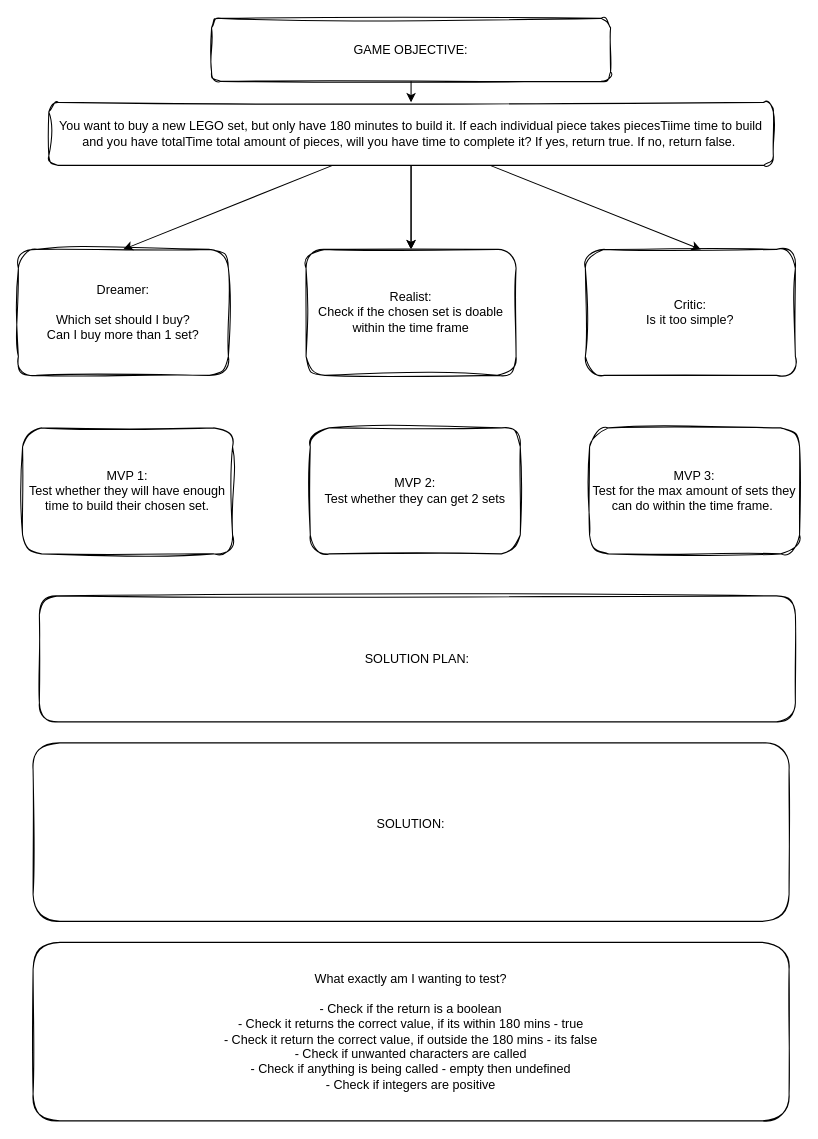
The draw.io diagram plan.drawio in SchoolOfCode/bc16-w6-hackathon-make-a-codewars-challenge-CourtRaee, before the edit. Source tidied: cells renumbered, new cells numbered last; positions are measured from the earlier drawing's top-left corner, leaving out a move shared by most shapes. Both pictures are drawn from the tidied source at 105%, with x=0, y=0 at pixel (18, 18).
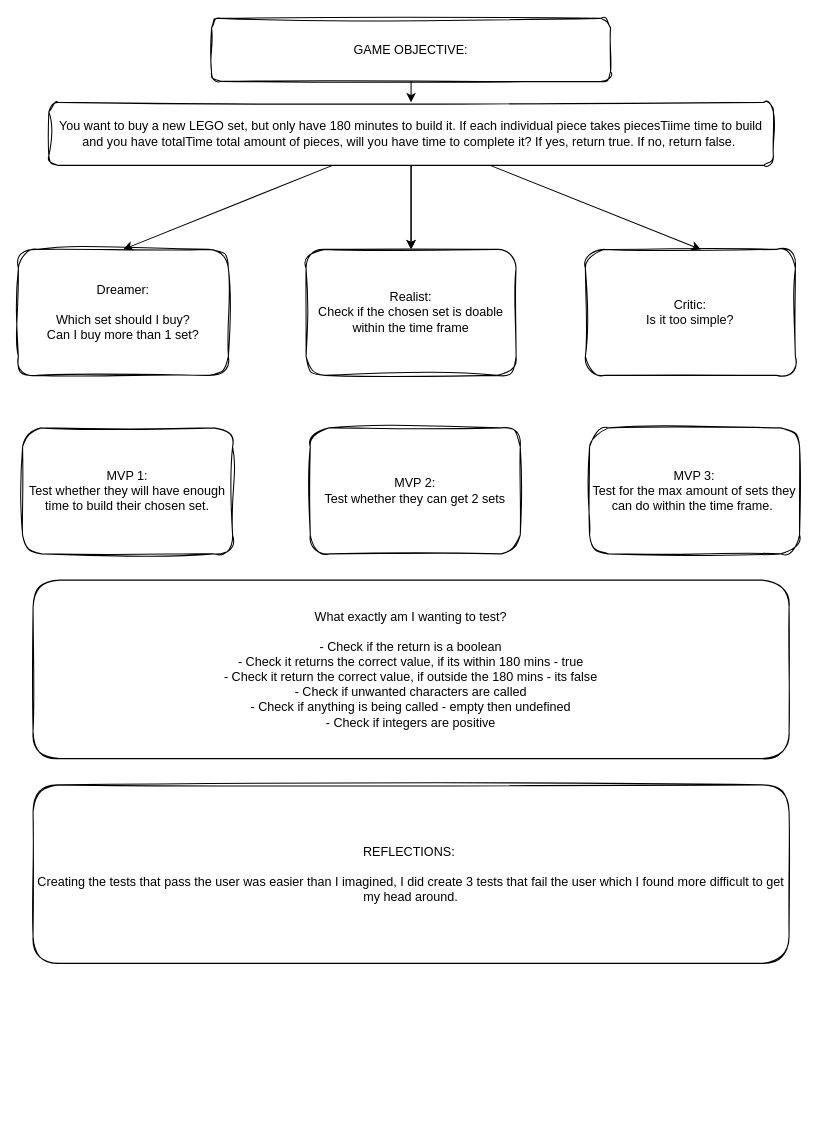
Above is the later version.

What changed in the source:
```diff
@@
 <mxGraphModel>
   <root>
     <mxCell id="0" />
     <mxCell id="1" parent="0" />
     <mxCell id="2" style="edgeStyle=none;html=1;" parent="1" edge="1" source="3" target="8">
       <mxGeometry relative="1" as="geometry" />
     </mxCell>
     <mxCell id="3" value="GAME OBJECTIVE:&lt;br&gt;" style="rounded=1;whiteSpace=wrap;html=1;sketch=1;curveFitting=1;jiggle=2;" parent="1" vertex="1">
       <mxGeometry x="184" width="380" height="60" as="geometry" />
     </mxCell>
     <mxCell id="4" style="edgeStyle=none;html=1;entryX=0.5;entryY=0;entryDx=0;entryDy=0;" parent="1" edge="1" source="8" target="9">
       <mxGeometry relative="1" as="geometry" />
     </mxCell>
     <mxCell id="5" style="edgeStyle=none;html=1;" parent="1" edge="1" source="8" target="10">
       <mxGeometry relative="1" as="geometry" />
     </mxCell>
     <mxCell id="6" style="edgeStyle=none;html=1;" parent="1" edge="1" source="8" target="10">
       <mxGeometry relative="1" as="geometry" />
     </mxCell>
     <mxCell id="7" style="edgeStyle=none;html=1;entryX=0.55;entryY=0;entryDx=0;entryDy=0;entryPerimeter=0;" parent="1" edge="1" source="8" target="11">
       <mxGeometry relative="1" as="geometry" />
     </mxCell>
     <mxCell id="8" value="You want to buy a new LEGO set, but only have 180 minutes to build it. If each individual piece takes piecesTiime time to build and you have totalTime total amount of pieces, will you have time to complete it? If yes, return true. If no, return false.&amp;nbsp;" style="whiteSpace=wrap;html=1;rounded=1;sketch=1;curveFitting=1;jiggle=2;" parent="1" vertex="1">
       <mxGeometry x="29" y="80" width="690" height="60" as="geometry" />
     </mxCell>
     <mxCell id="9" value="Dreamer:&lt;br&gt;&lt;br&gt;Which set should I buy?&lt;br&gt;Can I buy more than 1 set?" style="whiteSpace=wrap;html=1;rounded=1;sketch=1;curveFitting=1;jiggle=2;" parent="1" vertex="1">
       <mxGeometry y="220" width="200" height="120" as="geometry" />
     </mxCell>
     <mxCell id="10" value="Realist:&lt;br&gt;Check if the chosen set is doable within the time frame" style="whiteSpace=wrap;html=1;rounded=1;sketch=1;curveFitting=1;jiggle=2;" parent="1" vertex="1">
       <mxGeometry x="274" y="220" width="200" height="120" as="geometry" />
     </mxCell>
     <mxCell id="11" value="Critic:&lt;br&gt;Is it too simple?" style="whiteSpace=wrap;html=1;rounded=1;sketch=1;curveFitting=1;jiggle=2;" parent="1" vertex="1">
       <mxGeometry x="540" y="220" width="200" height="120" as="geometry" />
     </mxCell>
     <mxCell id="12" value="MVP 1:&lt;br&gt;Test whether they will have enough time to build their chosen set." style="whiteSpace=wrap;html=1;rounded=1;sketch=1;curveFitting=1;jiggle=2;" parent="1" vertex="1">
       <mxGeometry x="4" y="390" width="200" height="120" as="geometry" />
     </mxCell>
     <mxCell id="13" value="MVP 2:&lt;br&gt;Test whether they can get 2 sets" style="whiteSpace=wrap;html=1;rounded=1;sketch=1;curveFitting=1;jiggle=2;" parent="1" vertex="1">
       <mxGeometry x="278" y="390" width="200" height="120" as="geometry" />
     </mxCell>
     <mxCell id="14" value="MVP 3:&lt;br&gt;Test for the max amount of sets they can do within the time frame.&amp;nbsp;" style="whiteSpace=wrap;html=1;rounded=1;sketch=1;curveFitting=1;jiggle=2;" parent="1" vertex="1">
       <mxGeometry x="544" y="390" width="200" height="120" as="geometry" />
     </mxCell>
-    <mxCell id="15" value="SOLUTION PLAN:&lt;br&gt;" style="rounded=1;whiteSpace=wrap;html=1;sketch=1;" parent="1" vertex="1">
-      <mxGeometry x="20" y="550" width="720" height="120" as="geometry" />
+    <mxCell id="15" value="REFLECTIONS:&amp;nbsp;&lt;br&gt;&lt;br&gt;Creating the tests that pass the user was easier than I imagined, I did create 3 tests that fail the user which I found more difficult to get my head around." style="rounded=1;whiteSpace=wrap;html=1;sketch=1;" parent="1" vertex="1">
+      <mxGeometry x="14" y="730" width="720" height="170" as="geometry" />
     </mxCell>
-    <mxCell id="16" value="SOLUTION:&lt;br&gt;&lt;br&gt;" style="rounded=1;whiteSpace=wrap;html=1;sketch=1;" parent="1" vertex="1">
-      <mxGeometry x="14" y="690" width="720" height="170" as="geometry" />
-    </mxCell>
     <mxCell id="17" value="What exactly am I wanting to test?&lt;br&gt;&lt;br&gt;- Check if the return is a boolean&lt;br&gt;- Check it returns the correct value, if its within 180 mins - true&lt;br&gt;- Check it return the correct value, if outside the 180 mins - its false&lt;br&gt;- Check if unwanted characters are called&lt;br&gt;- Check if anything is being called - empty then undefined&lt;br&gt;- Check if integers are positive" style="rounded=1;whiteSpace=wrap;html=1;sketch=1;" parent="1" vertex="1">
-      <mxGeometry x="14" y="880" width="720" height="170" as="geometry" />
+      <mxGeometry x="14" y="535" width="720" height="170" as="geometry" />
     </mxCell>
   </root>
 </mxGraphModel>
```
